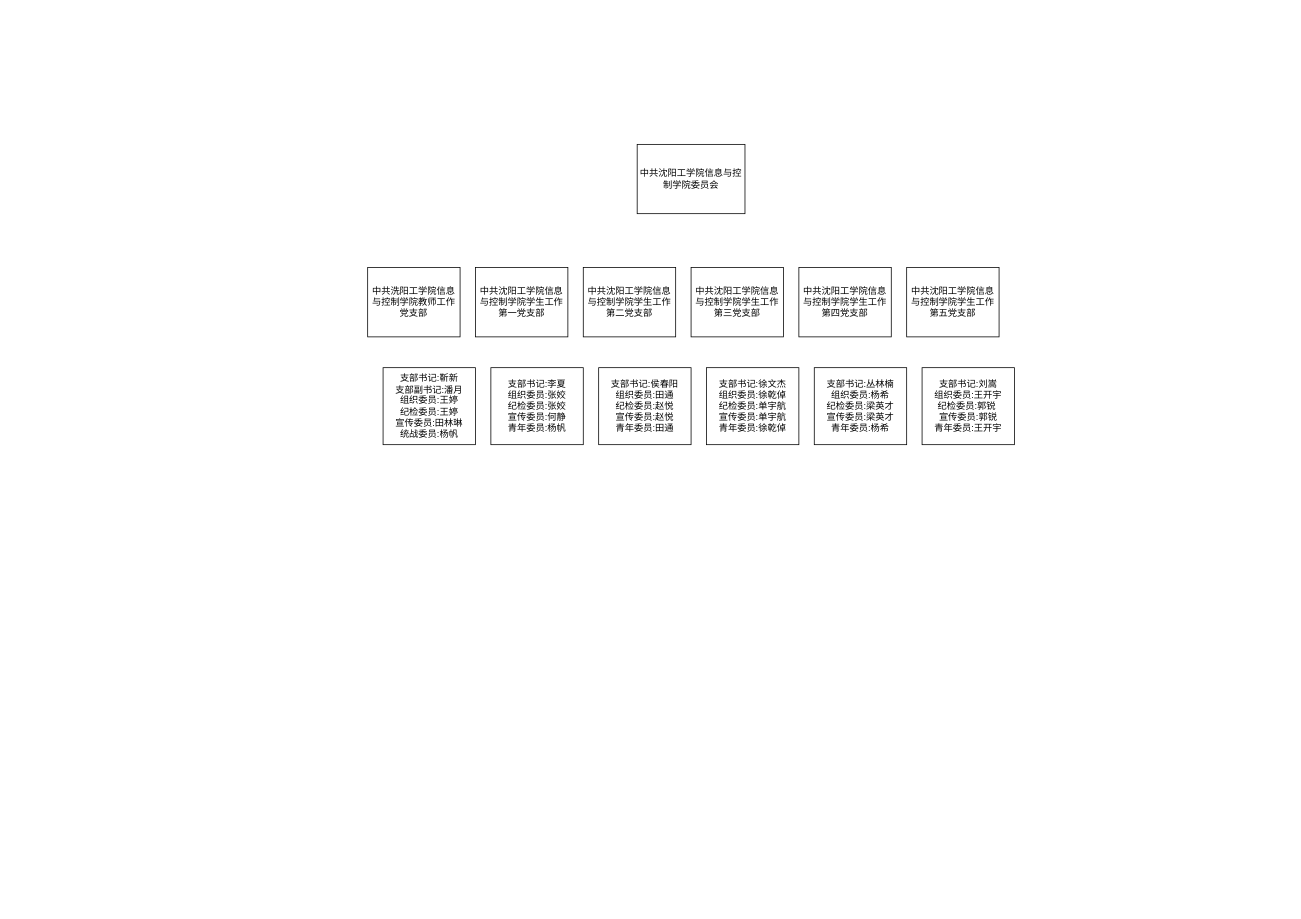
Earlier version of the draw.io diagram 楠姐.drawio (liuyang0228/text). Source tidied: cells renumbered, new cells numbered last; positions are measured from the earlier drawing's top-left corner, leaving out a move shared by most shapes. Both pictures are drawn from the tidied source at 77%, with x=0, y=0 at pixel (367, 144).
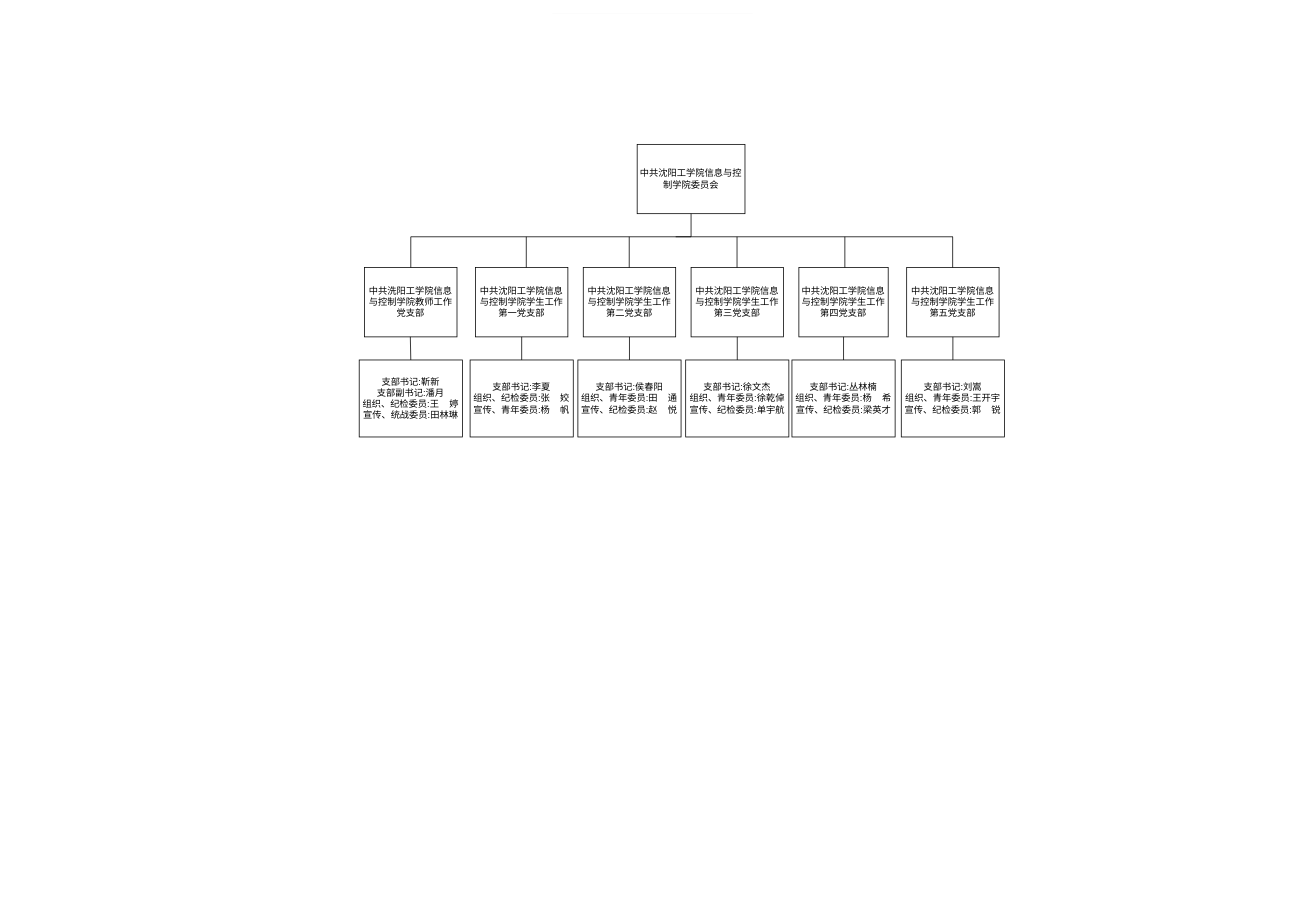
Above is the later version.

The change refers to these unchanged cells:
```xml
<mxCell id="2" value="中共沈阳工学院信息与控制学院委员会" style="rounded=0;whiteSpace=wrap;html=1;" parent="1" vertex="1">
  <mxGeometry x="350" width="140" height="90" as="geometry" />
</mxCell>
<mxCell id="3" value="中共沈阳工学院信息与控制学院学生工作第一党支部" style="rounded=0;whiteSpace=wrap;html=1;" parent="1" vertex="1">
  <mxGeometry x="140" y="160" width="120" height="90" as="geometry" />
</mxCell>
<mxCell id="4" value="中共沈阳工学院信息与控制学院学生工作第二党支部" style="rounded=0;whiteSpace=wrap;html=1;" parent="1" vertex="1">
  <mxGeometry x="280" y="160" width="120" height="90" as="geometry" />
</mxCell>
<mxCell id="5" value="中共沈阳工学院信息与控制学院学生工作第三党支部" style="rounded=0;whiteSpace=wrap;html=1;" parent="1" vertex="1">
  <mxGeometry x="420" y="160" width="120" height="90" as="geometry" />
</mxCell>
<mxCell id="7" value="中共沈阳工学院信息与控制学院学生工作第五党支部" style="rounded=0;whiteSpace=wrap;html=1;" parent="1" vertex="1">
  <mxGeometry x="700" y="160" width="120" height="90" as="geometry" />
</mxCell>
```

What changed in the source:
```diff
@@
     <mxCell id="6" value="中共沈阳工学院信息与控制学院学生工作第四党支部" style="rounded=0;whiteSpace=wrap;html=1;" parent="1" vertex="1">
-      <mxGeometry x="560" y="160" width="120" height="90" as="geometry" />
+      <mxGeometry x="560" y="160" width="116" height="90" as="geometry" />
     </mxCell>
@@
     <mxCell id="8" value="中共洗阳工学院信息与控制学院教师工作党支部" style="rounded=0;whiteSpace=wrap;html=1;" parent="1" vertex="1">
-      <mxGeometry y="160" width="120" height="90" as="geometry" />
+      <mxGeometry x="-4" y="160" width="120" height="90" as="geometry" />
     </mxCell>
-    <mxCell id="9" value="支部书记:李夏&lt;br&gt;组织委员:张姣&lt;br&gt;纪检委员:张姣&lt;br&gt;宣传委员:何静&lt;br&gt;青年委员:杨帆" style="rounded=0;whiteSpace=wrap;html=1;" parent="1" vertex="1">
-      <mxGeometry x="160" y="290" width="120" height="100" as="geometry" />
-    </mxCell>
-    <mxCell id="10" value="支部书记:靳新&lt;br&gt;支部副书记:潘月&lt;br&gt;组织委员:王婷&lt;br&gt;纪检委员:王婷&lt;br&gt;宣传委员:田林琳&lt;br&gt;统战委员:杨帆" style="rounded=0;whiteSpace=wrap;html=1;" parent="1" vertex="1">
-      <mxGeometry x="20" y="290" width="120" height="100" as="geometry" />
+    <mxCell id="10" value="支部书记:靳新&lt;br&gt;支部副书记:潘月&lt;br&gt;组织、纪检委员:王&amp;nbsp; &amp;nbsp; 婷&lt;br&gt;宣传、统战委员:田林琳" style="rounded=0;whiteSpace=wrap;html=1;" parent="1" vertex="1">
+      <mxGeometry x="-11" y="280" width="134" height="100" as="geometry" />
     </mxCell>
-    <mxCell id="11" value="支部书记:侯春阳&lt;br&gt;组织委员:田通&lt;br&gt;纪检委员:赵悦&lt;br&gt;宣传委员:赵悦&lt;br&gt;青年委员:田通" style="rounded=0;whiteSpace=wrap;html=1;" parent="1" vertex="1">
-      <mxGeometry x="300" y="290" width="120" height="100" as="geometry" />
-    </mxCell>
-    <mxCell id="12" value="支部书记:徐文杰&lt;br&gt;组织委员:徐乾倬&lt;br&gt;纪检委员:单宇航&lt;br&gt;宣传委员:单宇航&lt;br&gt;青年委员:徐乾倬" style="rounded=0;whiteSpace=wrap;html=1;" parent="1" vertex="1">
-      <mxGeometry x="440" y="290" width="120" height="100" as="geometry" />
-    </mxCell>
-    <mxCell id="13" value="支部书记:丛林楠&lt;br&gt;组织委员:杨希&lt;br&gt;纪检委员:梁英才&lt;br&gt;宣传委员:梁英才&lt;br&gt;青年委员:杨希" style="rounded=0;whiteSpace=wrap;html=1;" parent="1" vertex="1">
-      <mxGeometry x="580" y="290" width="120" height="100" as="geometry" />
-    </mxCell>
-    <mxCell id="14" value="支部书记:刘嵩&lt;br&gt;组织委员:王开宇&lt;br&gt;纪检委员:郭锐&lt;span style=&quot;white-space: pre;&quot;&gt; &lt;/span&gt;&lt;br&gt;宣传委员:郭锐&lt;br&gt;青年委员:王开宇" style="rounded=0;whiteSpace=wrap;html=1;" parent="1" vertex="1">
-      <mxGeometry x="720" y="290" width="120" height="100" as="geometry" />
-    </mxCell>
+    <mxCell id="15" style="endArrow=none;html=1;rounded=0;entryX=0.5;entryY=1;entryDx=0;entryDy=0;" parent="1" edge="1" target="2">
+      <mxGeometry relative="1" as="geometry">
+        <mxPoint x="420" y="120" as="sourcePoint" />
+      </mxGeometry>
+    </mxCell>
+    <mxCell id="16" style="endArrow=none;html=1;rounded=0;" parent="1" edge="1">
+      <mxGeometry relative="1" as="geometry">
+        <mxPoint x="760" y="120" as="sourcePoint" />
+        <mxPoint x="400" y="120" as="targetPoint" />
+      </mxGeometry>
+    </mxCell>
+    <mxCell id="17" style="endArrow=none;html=1;rounded=0;" parent="1" edge="1">
+      <mxGeometry relative="1" as="geometry">
+        <mxPoint x="420" y="120" as="sourcePoint" />
+        <mxPoint x="56" y="120" as="targetPoint" />
+      </mxGeometry>
+    </mxCell>
+    <mxCell id="18" style="endArrow=none;html=1;rounded=0;exitX=0.5;exitY=0;exitDx=0;exitDy=0;" parent="1" edge="1" source="8">
+      <mxGeometry relative="1" as="geometry">
+        <mxPoint x="56" y="120" as="targetPoint" />
+      </mxGeometry>
+    </mxCell>
+    <mxCell id="19" style="endArrow=none;html=1;rounded=0;exitX=0.5;exitY=0;exitDx=0;exitDy=0;" parent="1" edge="1">
+      <mxGeometry relative="1" as="geometry">
+        <mxPoint x="206" y="160" as="sourcePoint" />
+        <mxPoint x="206" y="120" as="targetPoint" />
+      </mxGeometry>
+    </mxCell>
+    <mxCell id="20" style="endArrow=none;html=1;rounded=0;exitX=0.5;exitY=0;exitDx=0;exitDy=0;" parent="1" edge="1">
+      <mxGeometry relative="1" as="geometry">
+        <mxPoint x="339.7" y="160" as="sourcePoint" />
+        <mxPoint x="339.7" y="120" as="targetPoint" />
+      </mxGeometry>
+    </mxCell>
+    <mxCell id="21" style="endArrow=none;html=1;rounded=0;exitX=0.5;exitY=0;exitDx=0;exitDy=0;" parent="1" edge="1">
+      <mxGeometry relative="1" as="geometry">
+        <mxPoint x="479.7" y="160" as="sourcePoint" />
+        <mxPoint x="479.7" y="120" as="targetPoint" />
+      </mxGeometry>
+    </mxCell>
+    <mxCell id="22" style="endArrow=none;html=1;rounded=0;exitX=0.5;exitY=0;exitDx=0;exitDy=0;" parent="1" edge="1">
+      <mxGeometry relative="1" as="geometry">
+        <mxPoint x="619.7" y="160" as="sourcePoint" />
+        <mxPoint x="619.7" y="120" as="targetPoint" />
+      </mxGeometry>
+    </mxCell>
+    <mxCell id="23" style="endArrow=none;html=1;rounded=0;exitX=0.5;exitY=0;exitDx=0;exitDy=0;" parent="1" edge="1">
+      <mxGeometry relative="1" as="geometry">
+        <mxPoint x="759.7" y="160" as="sourcePoint" />
+        <mxPoint x="759.7" y="120" as="targetPoint" />
+      </mxGeometry>
+    </mxCell>
+    <mxCell id="24" style="endArrow=none;html=1;rounded=0;exitX=0.5;exitY=0;exitDx=0;exitDy=0;" parent="1" edge="1" source="10">
+      <mxGeometry relative="1" as="geometry">
+        <mxPoint x="55.4" y="250" as="targetPoint" />
+      </mxGeometry>
+    </mxCell>
+    <mxCell id="25" style="endArrow=none;html=1;rounded=0;strokeColor=#FFFFFF;" parent="1" edge="1">
+      <mxGeometry relative="1" as="geometry">
+        <mxPoint x="-460" y="130" as="sourcePoint" />
+        <mxPoint x="-460" y="210" as="targetPoint" />
+      </mxGeometry>
+    </mxCell>
+    <mxCell id="26" style="endArrow=none;html=1;rounded=0;strokeColor=#FFFFFF;" parent="1" edge="1">
+      <mxGeometry relative="1" as="geometry">
+        <mxPoint x="1194" y="140" as="sourcePoint" />
+        <mxPoint x="1194" y="220" as="targetPoint" />
+      </mxGeometry>
+    </mxCell>
+    <mxCell id="27" style="endArrow=none;html=1;rounded=0;strokeColor=#fbfbfb;" parent="1" edge="1">
+      <mxGeometry relative="1" as="geometry">
+        <mxPoint x="500" y="-170" as="sourcePoint" />
+        <mxPoint x="240" y="-170" as="targetPoint" />
+      </mxGeometry>
+    </mxCell>
+    <mxCell id="28" style="endArrow=none;html=1;rounded=0;strokeColor=#FFFFFF;" parent="1" edge="1">
+      <mxGeometry relative="1" as="geometry">
+        <mxPoint x="490" y="987" as="sourcePoint" />
+        <mxPoint x="230" y="987" as="targetPoint" />
+      </mxGeometry>
+    </mxCell>
+    <mxCell id="29" style="endArrow=none;html=1;rounded=0;exitX=0.5;exitY=0;exitDx=0;exitDy=0;entryX=0.5;entryY=1;entryDx=0;entryDy=0;" parent="1" edge="1" source="34" target="3">
+      <mxGeometry relative="1" as="geometry" />
+    </mxCell>
+    <mxCell id="30" style="endArrow=none;html=1;rounded=0;exitX=0.5;exitY=0;exitDx=0;exitDy=0;entryX=0.5;entryY=1;entryDx=0;entryDy=0;" parent="1" edge="1" source="35" target="4">
+      <mxGeometry relative="1" as="geometry" />
+    </mxCell>
+    <mxCell id="31" style="endArrow=none;html=1;rounded=0;exitX=0.5;exitY=0;exitDx=0;exitDy=0;entryX=0.5;entryY=1;entryDx=0;entryDy=0;" parent="1" edge="1" source="36" target="5">
+      <mxGeometry relative="1" as="geometry" />
+    </mxCell>
+    <mxCell id="32" style="endArrow=none;html=1;rounded=0;entryX=0.5;entryY=1;entryDx=0;entryDy=0;exitX=0.5;exitY=0;exitDx=0;exitDy=0;" parent="1" edge="1" source="37" target="6">
+      <mxGeometry relative="1" as="geometry" />
+    </mxCell>
+    <mxCell id="33" style="endArrow=none;html=1;rounded=0;exitX=0.5;exitY=0;exitDx=0;exitDy=0;entryX=0.5;entryY=1;entryDx=0;entryDy=0;" parent="1" edge="1" source="38" target="7">
+      <mxGeometry relative="1" as="geometry" />
+    </mxCell>
+    <mxCell id="34" value="支部书记:李夏&lt;br style=&quot;border-color: var(--border-color);&quot;&gt;组织、纪检委员:张&amp;nbsp; &amp;nbsp; 姣&lt;br style=&quot;border-color: var(--border-color);&quot;&gt;宣传、青年委员:杨&amp;nbsp; &amp;nbsp; 帆" style="rounded=0;whiteSpace=wrap;html=1;" parent="1" vertex="1">
+      <mxGeometry x="133" y="280" width="134" height="100" as="geometry" />
+    </mxCell>
+    <mxCell id="35" value="支部书记:侯春阳&lt;br style=&quot;border-color: var(--border-color);&quot;&gt;组织、青年委员:田&amp;nbsp; &amp;nbsp; 通&lt;br style=&quot;border-color: var(--border-color);&quot;&gt;宣传、纪检委员:赵&amp;nbsp; &amp;nbsp; 悦" style="rounded=0;whiteSpace=wrap;html=1;" parent="1" vertex="1">
+      <mxGeometry x="273" y="280" width="134" height="100" as="geometry" />
+    </mxCell>
+    <mxCell id="36" value="支部书记:徐文杰&lt;br style=&quot;border-color: var(--border-color);&quot;&gt;组织、青年委员:徐乾倬&lt;br style=&quot;border-color: var(--border-color);&quot;&gt;宣传、纪检委员:单宇航" style="rounded=0;whiteSpace=wrap;html=1;" parent="1" vertex="1">
+      <mxGeometry x="413" y="280" width="134" height="100" as="geometry" />
+    </mxCell>
+    <mxCell id="37" value="支部书记:丛林楠&lt;br style=&quot;border-color: var(--border-color);&quot;&gt;组织、青年委员:杨&amp;nbsp; &amp;nbsp; 希&lt;br style=&quot;border-color: var(--border-color);&quot;&gt;宣传、纪检委员:梁英才" style="rounded=0;whiteSpace=wrap;html=1;" parent="1" vertex="1">
+      <mxGeometry x="551" y="280" width="134" height="100" as="geometry" />
+    </mxCell>
+    <mxCell id="38" value="支部书记:刘嵩&lt;br style=&quot;border-color: var(--border-color);&quot;&gt;组织、青年委员:王开宇&lt;br style=&quot;border-color: var(--border-color);&quot;&gt;宣传、纪检委员:郭&amp;nbsp; &amp;nbsp; 锐" style="rounded=0;whiteSpace=wrap;html=1;" parent="1" vertex="1">
+      <mxGeometry x="693" y="280" width="134" height="100" as="geometry" />
+    </mxCell>
```
